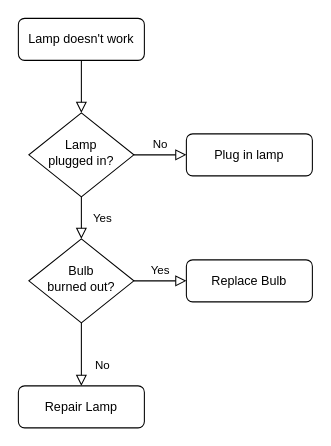
Above: pen.drawio in Victor-Oribamise/AnimalMachineLerning (draw.io), before the change. Source tidied: cells renumbered, new cells numbered last; positions are measured from the earlier drawing's top-left corner, leaving out a move shared by most shapes. Both pictures are drawn from the tidied source at 105%, with x=0, y=0 at pixel (18, 18).
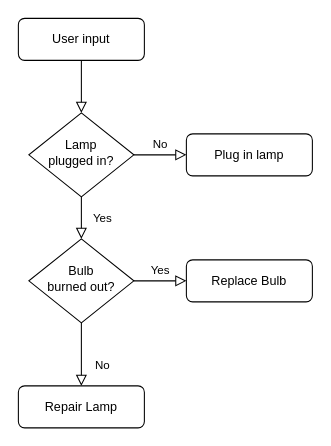
Above is the later version.

The edit, as a diff of the source:
```diff
@@
 <mxGraphModel>
   <root>
     <mxCell id="0" />
     <mxCell id="1" parent="0" />
     <mxCell id="2" style="rounded=0;html=1;jettySize=auto;fontSize=11;endArrow=block;endFill=0;endSize=8;strokeWidth=1;shadow=0;labelBackgroundColor=none;edgeStyle=orthogonalEdgeStyle;" parent="1" edge="1" source="3" target="6">
       <mxGeometry relative="1" as="geometry" />
     </mxCell>
-    <mxCell id="3" value="Lamp doesn't work" style="rounded=1;whiteSpace=wrap;html=1;fontSize=12;glass=0;strokeWidth=1;shadow=0;" parent="1" vertex="1">
+    <mxCell id="3" value="User input" style="rounded=1;whiteSpace=wrap;html=1;fontSize=12;glass=0;strokeWidth=1;shadow=0;" parent="1" vertex="1">
       <mxGeometry width="120" height="40" as="geometry" />
     </mxCell>
     <mxCell id="4" value="Yes" style="rounded=0;html=1;jettySize=auto;fontSize=11;endArrow=block;endFill=0;endSize=8;strokeWidth=1;shadow=0;labelBackgroundColor=none;edgeStyle=orthogonalEdgeStyle;" parent="1" edge="1" source="6" target="10">
       <mxGeometry y="20" relative="1" as="geometry" />
     </mxCell>
     <mxCell id="5" value="No" style="edgeStyle=orthogonalEdgeStyle;rounded=0;html=1;jettySize=auto;fontSize=11;endArrow=block;endFill=0;endSize=8;strokeWidth=1;shadow=0;labelBackgroundColor=none;" parent="1" edge="1" source="6" target="7">
       <mxGeometry y="10" relative="1" as="geometry" />
     </mxCell>
     <mxCell id="6" value="Lamp&lt;br&gt;plugged in?" style="rhombus;whiteSpace=wrap;html=1;shadow=0;fontFamily=Helvetica;fontSize=12;align=center;strokeWidth=1;spacing=6;spacingTop=-4;" parent="1" vertex="1">
       <mxGeometry x="10" y="90" width="100" height="80" as="geometry" />
     </mxCell>
     <mxCell id="7" value="Plug in lamp" style="rounded=1;whiteSpace=wrap;html=1;fontSize=12;glass=0;strokeWidth=1;shadow=0;" parent="1" vertex="1">
       <mxGeometry x="160" y="110" width="120" height="40" as="geometry" />
     </mxCell>
     <mxCell id="8" value="No" style="rounded=0;html=1;jettySize=auto;fontSize=11;endArrow=block;endFill=0;endSize=8;strokeWidth=1;shadow=0;labelBackgroundColor=none;edgeStyle=orthogonalEdgeStyle;" parent="1" edge="1" source="10" target="11">
       <mxGeometry x="0.33" y="20" relative="1" as="geometry" />
     </mxCell>
     <mxCell id="9" value="Yes" style="edgeStyle=orthogonalEdgeStyle;rounded=0;html=1;jettySize=auto;fontSize=11;endArrow=block;endFill=0;endSize=8;strokeWidth=1;shadow=0;labelBackgroundColor=none;" parent="1" edge="1" source="10" target="12">
       <mxGeometry y="10" relative="1" as="geometry" />
     </mxCell>
     <mxCell id="10" value="Bulb&lt;br&gt;burned out?" style="rhombus;whiteSpace=wrap;html=1;shadow=0;fontFamily=Helvetica;fontSize=12;align=center;strokeWidth=1;spacing=6;spacingTop=-4;" parent="1" vertex="1">
       <mxGeometry x="10" y="210" width="100" height="80" as="geometry" />
     </mxCell>
     <mxCell id="11" value="Repair Lamp" style="rounded=1;whiteSpace=wrap;html=1;fontSize=12;glass=0;strokeWidth=1;shadow=0;" parent="1" vertex="1">
       <mxGeometry y="350" width="120" height="40" as="geometry" />
     </mxCell>
     <mxCell id="12" value="Replace Bulb" style="rounded=1;whiteSpace=wrap;html=1;fontSize=12;glass=0;strokeWidth=1;shadow=0;" parent="1" vertex="1">
       <mxGeometry x="160" y="230" width="120" height="40" as="geometry" />
     </mxCell>
   </root>
 </mxGraphModel>
```
